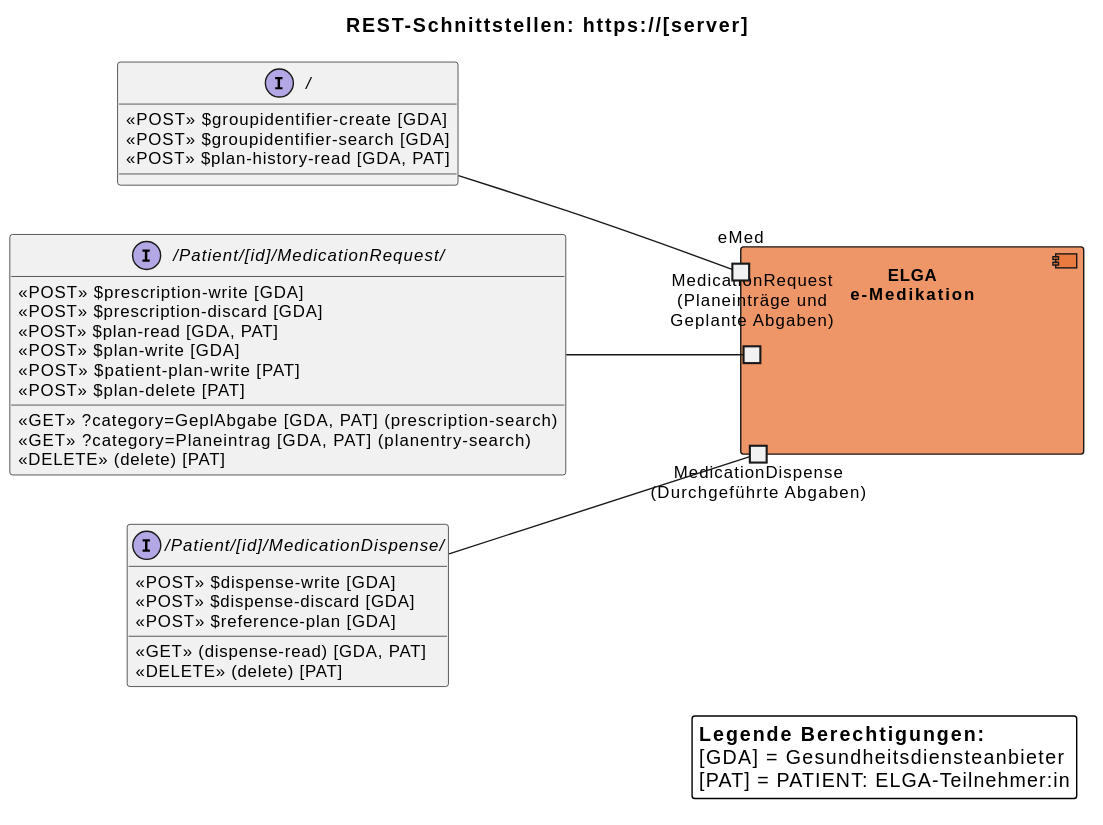
This is r4-ELGA-e-Medikation-uc_5_6/plantuml/interaction_overview.svg from HL7Austria/hl7austria.github.io, a PlantUML export, as it was before one commit. Its diagram source:
```plantuml
@startuml
allowmixing




skinparam componentStyle uml2
skinparam packageStyle rectangle

skinparam borderColor #555555
skinparam backgroundColor #FFFFFF
skinparam shadowing false
skinparam roundCorner 4
skinparam defaultFontName "Arial"
skinparam defaultFontSize 12
skinparam defaultFontColor #000000

!define COLOR_EMED_FA  #e97232bd

skinparam component {
  BackgroundColor COLOR_EMED_FA
}

skinparam interface {
}

left to right direction

title REST-Schnittstellen: https://[server]

interface "/Patient/[id]/MedicationDispense/" as IDurchgAbgabe {
  «POST» $dispense-write [GDA]
  «POST» $dispense-discard [GDA]
  «POST» $reference-plan [GDA]
  «GET» (dispense-read) [GDA, PAT]
  «DELETE» (delete) [PAT]
}

interface "/Patient/[id]/MedicationRequest/" as IMedicationRequest {
  «POST» $prescription-write [GDA]
  «POST» $prescription-discard [GDA]
  «POST» $plan-read [GDA, PAT]
  «POST» $plan-write [GDA]
  «POST» $patient-plan-write [PAT]
  «POST» $plan-delete [PAT]
  «GET» ?category=GeplAbgabe [GDA, PAT] (prescription-search)
  «GET» ?category=Planeintrag [GDA, PAT] (planentry-search)
  «DELETE» (delete) [PAT]
}


interface "/" as IEmed {
  «POST» $groupidentifier-create [GDA]
  «POST» $groupidentifier-search [GDA]
  «POST» $plan-history-read [GDA, PAT]
}


component "ELGA\ne-Medikation" as Server {
  port "MedicationDispense\n(Durchgeführte Abgaben)" as p3
  port "MedicationRequest\n(Planeinträge und\nGeplante Abgaben)" as p2
  port "eMed" as p1
}


p3 -up- IDurchgAbgabe
p2 -up- IMedicationRequest
p1 -up- IEmed


legend right
  **Legende Berechtigungen:**
  [GDA] = Gesundheitsdiensteanbieter
  [PAT] = PATIENT: ELGA-Teilnehmer:in
end legend



@enduml
```
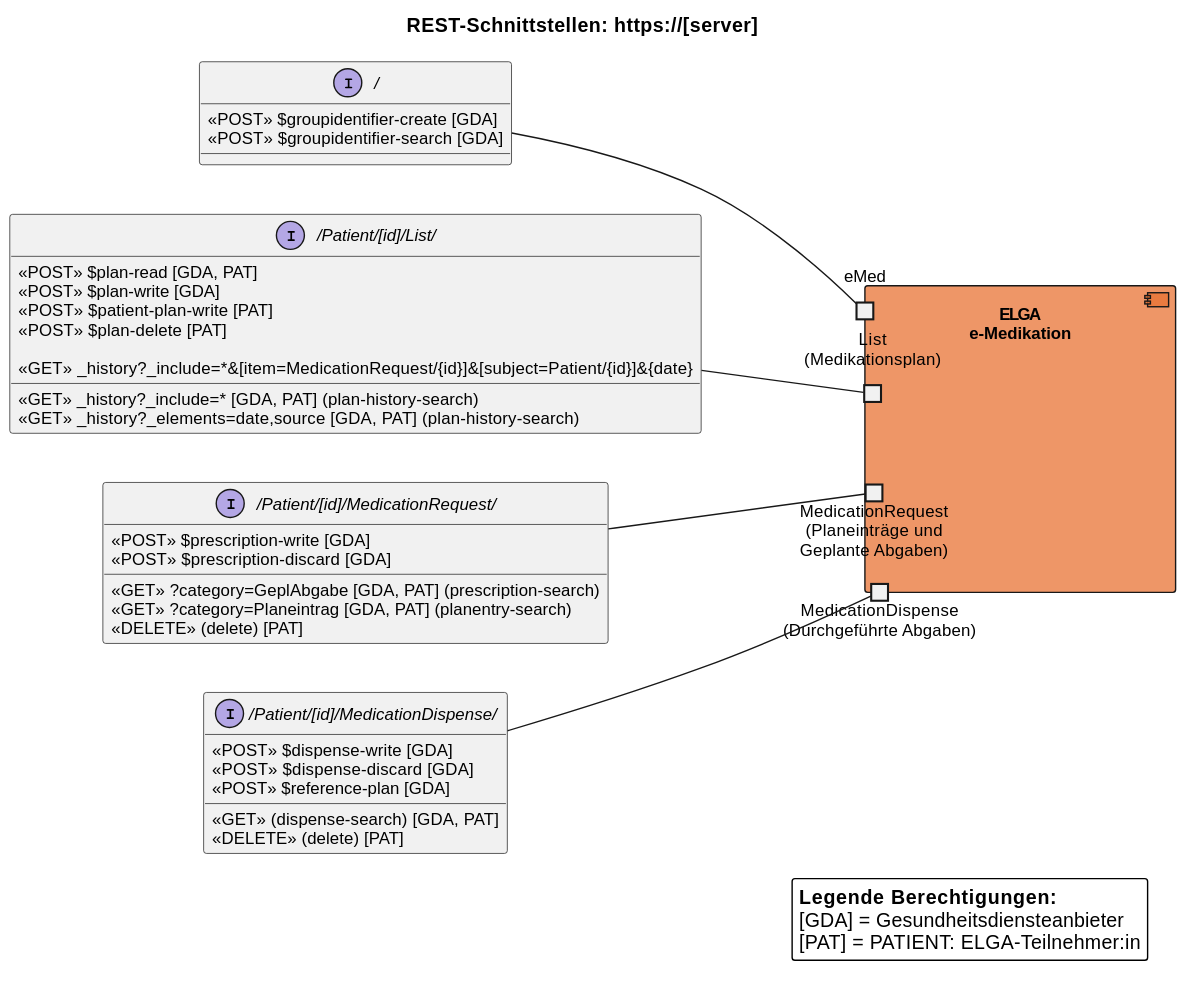
Above is the later version.

The edit, as a diff of the source:
```diff
@@ -28,35 +28,43 @@
 
 title REST-Schnittstellen: https://[server]
 
-interface "/Patient/[id]/MedicationDispense/" as IDurchgAbgabe {
-  «POST» $dispense-write [GDA]
-  «POST» $dispense-discard [GDA]
-  «POST» $reference-plan [GDA]
-  «GET» (dispense-read) [GDA, PAT]
-  «DELETE» (delete) [PAT]
+
+interface "/" as IEmed {
+  «POST» $groupidentifier-create [GDA]
+  «POST» $groupidentifier-search [GDA]
+}
+
+interface "/Patient/[id]/List/" as IList {
+  «POST» $plan-read [GDA, PAT]
+  «POST» $plan-write [GDA]
+  «POST» $patient-plan-write [PAT]
+  «POST» $plan-delete [PAT]
+  «GET» _history?_include=* [GDA, PAT] (plan-history-search)
+
+  «GET» _history?_include=*&[item=MedicationRequest/{id}]&[subject=Patient/{id}]&{date}
+  «GET» _history?_elements=date,source [GDA, PAT] (plan-history-search)
 }
 
 interface "/Patient/[id]/MedicationRequest/" as IMedicationRequest {
   «POST» $prescription-write [GDA]
   «POST» $prescription-discard [GDA]
-  «POST» $plan-read [GDA, PAT]
-  «POST» $plan-write [GDA]
-  «POST» $patient-plan-write [PAT]
-  «POST» $plan-delete [PAT]
   «GET» ?category=GeplAbgabe [GDA, PAT] (prescription-search)
   «GET» ?category=Planeintrag [GDA, PAT] (planentry-search)
   «DELETE» (delete) [PAT]
 }
 
-
-interface "/" as IEmed {
-  «POST» $groupidentifier-create [GDA]
-  «POST» $groupidentifier-search [GDA]
-  «POST» $plan-history-read [GDA, PAT]
+interface "/Patient/[id]/MedicationDispense/" as IDurchgAbgabe {
+  «POST» $dispense-write [GDA]
+  «POST» $dispense-discard [GDA]
+  «POST» $reference-plan [GDA]
+  «GET» (dispense-search) [GDA, PAT]
+  «DELETE» (delete) [PAT]
 }
 
 
+
 component "ELGA\ne-Medikation" as Server {
+  port "List\n(Medikationsplan)" as p4
   port "MedicationDispense\n(Durchgeführte Abgaben)" as p3
   port "MedicationRequest\n(Planeinträge und\nGeplante Abgaben)" as p2
   port "eMed" as p1
@@ -65,6 +73,7 @@
 
 p3 -up- IDurchgAbgabe
 p2 -up- IMedicationRequest
+p4 -up- IList
 p1 -up- IEmed
 
 
```
